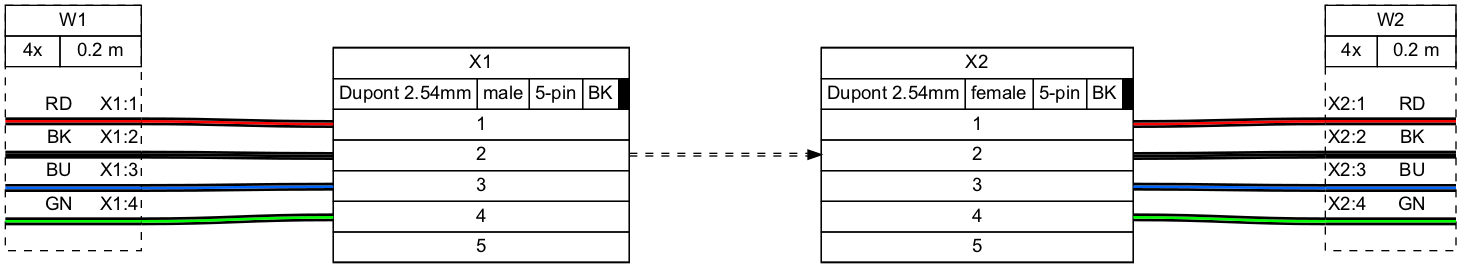
The Graphviz diagram examples/ex12.png in tobiasfalk/WireViz, before a commit. Its source is kept beside it as examples/ex12.gv.
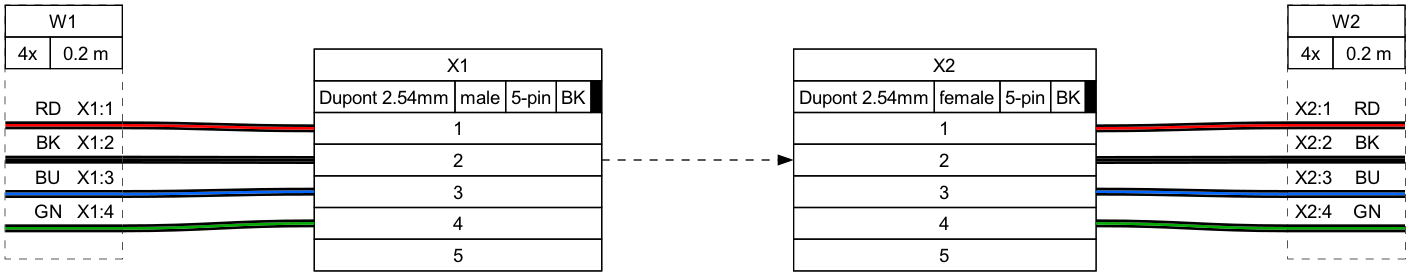
The same file after the commit.

Change to the diagram source:
```diff
@@ -3,265 +3,379 @@
 	node [fillcolor="#FFFFFF" fontname=arial height=0 margin=0 shape=none style=filled width=0]
 	edge [fontname=arial style=bold]
 	X1 [label=<
-<table border="0" cellspacing="0" cellpadding="0">
- <tr><td>
-  <table border="0" cellspacing="0" cellpadding="3" cellborder="1"><tr>
-   <td balign="left">X1</td>
-  </tr></table>
- </td></tr>
- <tr><td>
-  <table border="0" cellspacing="0" cellpadding="3" cellborder="1"><tr>
-   <td balign="left">Dupont 2.54mm</td>
-   <td balign="left">male</td>
-   <td balign="left">5-pin</td>
-   <td balign="left">BK</td>
-   <td balign="left" bgcolor="#000000" width="4"></td>
-  </tr></table>
- </td></tr>
- <tr><td>
-  <table border="0" cellspacing="0" cellpadding="3" cellborder="1">
-   <tr>
-    <td port="p1l">1</td>
-   </tr>
-   <tr>
-    <td port="p2l">2</td>
-   </tr>
-   <tr>
-    <td port="p3l">3</td>
-   </tr>
-   <tr>
-    <td port="p4l">4</td>
-   </tr>
-   <tr>
-    <td port="p5l">5</td>
-   </tr>
-  </table>
- </td></tr>
+<table border="0" cellspacing="0" cellpadding="0" bgcolor="#FFFFFF">
+ <tr>
+  <td>
+   <table border="0" cellborder="1" cellpadding="3" cellspacing="0">
+    <tr>
+     <td>X1</td>
+    </tr>
+   </table>
+  </td>
+ </tr>
+ <tr>
+  <td>
+   <table border="0" cellborder="1" cellpadding="3" cellspacing="0">
+    <tr>
+     <td>Dupont 2.54mm</td>
+     <td>male</td>
+     <td>5-pin</td>
+     <td>BK</td>
+     <td bgcolor="#000000" sides="TBLR"></td>
+    </tr>
+   </table>
+  </td>
+ </tr>
+ <tr>
+  <td>
+   <table border="0" cellborder="1" cellpadding="3" cellspacing="0">
+    <tr>
+     <td port="p1l">1</td>
+
+    </tr>
+    <tr>
+     <td port="p2l">2</td>
+
+    </tr>
+    <tr>
+     <td port="p3l">3</td>
+
+    </tr>
+    <tr>
+     <td port="p4l">4</td>
+
+    </tr>
+    <tr>
+     <td port="p5l">5</td>
+
+    </tr>
+   </table>
+  </td>
+ </tr>
 </table>
-> fillcolor="#FFFFFF" shape=box style=filled]
+> shape=box style=filled]
 	X2 [label=<
-<table border="0" cellspacing="0" cellpadding="0">
- <tr><td>
-  <table border="0" cellspacing="0" cellpadding="3" cellborder="1"><tr>
-   <td balign="left">X2</td>
-  </tr></table>
- </td></tr>
- <tr><td>
-  <table border="0" cellspacing="0" cellpadding="3" cellborder="1"><tr>
-   <td balign="left">Dupont 2.54mm</td>
-   <td balign="left">female</td>
-   <td balign="left">5-pin</td>
-   <td balign="left">BK</td>
-   <td balign="left" bgcolor="#000000" width="4"></td>
-  </tr></table>
- </td></tr>
- <tr><td>
-  <table border="0" cellspacing="0" cellpadding="3" cellborder="1">
-   <tr>
-    <td port="p1r">1</td>
-   </tr>
-   <tr>
-    <td port="p2r">2</td>
-   </tr>
-   <tr>
-    <td port="p3r">3</td>
-   </tr>
-   <tr>
-    <td port="p4r">4</td>
-   </tr>
-   <tr>
-    <td port="p5r">5</td>
-   </tr>
-  </table>
- </td></tr>
+<table border="0" cellspacing="0" cellpadding="0" bgcolor="#FFFFFF">
+ <tr>
+  <td>
+   <table border="0" cellborder="1" cellpadding="3" cellspacing="0">
+    <tr>
+     <td>X2</td>
+    </tr>
+   </table>
+  </td>
+ </tr>
+ <tr>
+  <td>
+   <table border="0" cellborder="1" cellpadding="3" cellspacing="0">
+    <tr>
+     <td>Dupont 2.54mm</td>
+     <td>female</td>
+     <td>5-pin</td>
+     <td>BK</td>
+     <td bgcolor="#000000" sides="TBLR"></td>
+    </tr>
+   </table>
+  </td>
+ </tr>
+ <tr>
+  <td>
+   <table border="0" cellborder="1" cellpadding="3" cellspacing="0">
+    <tr>
+
+     <td port="p1r">1</td>
+    </tr>
+    <tr>
+
+     <td port="p2r">2</td>
+    </tr>
+    <tr>
+
+     <td port="p3r">3</td>
+    </tr>
+    <tr>
+
+     <td port="p4r">4</td>
+    </tr>
+    <tr>
+
+     <td port="p5r">5</td>
+    </tr>
+   </table>
+  </td>
+ </tr>
 </table>
-> fillcolor="#FFFFFF" shape=box style=filled]
-	edge [color="#000000:#ff0000:#000000"]
+> shape=box style=filled]
+	W1 [label=<
+<table border="0" cellspacing="0" cellpadding="0" bgcolor="#FFFFFF">
+ <tr>
+  <td>
+   <table border="0" cellborder="1" cellpadding="3" cellspacing="0">
+    <tr>
+     <td>W1</td>
+    </tr>
+   </table>
+  </td>
+ </tr>
+ <tr>
+  <td>
+   <table border="0" cellborder="1" cellpadding="3" cellspacing="0">
+    <tr>
+     <td>4x</td>
+     <td>0.2 m</td>
+    </tr>
+   </table>
+  </td>
+ </tr>
+ <tr>
+  <td>
+   <table border="0" cellborder="0" cellspacing="0">
+    <tr>
+     <td>&nbsp;</td>
+    </tr>
+    <tr>
+     <td align="left"> </td>
+     <td> </td>
+     <td></td>
+     <td>RD</td>
+     <td> </td>
+     <td align="right">X1:1 </td>
+    </tr>
+    <tr>
+     <td border="0" cellspacing="0" cellpadding="0" colspan="6" height="6" port="w1">
+      <table border="0" cellborder="0" cellspacing="0">
+       <tr>
+        <td bgcolor="#000000" border="0" cellpadding="0" colspan="6" height="2"></td>
+       </tr>
+       <tr>
+        <td bgcolor="#FF0000" border="0" cellpadding="0" colspan="6" height="2"></td>
+       </tr>
+       <tr>
+        <td bgcolor="#000000" border="0" cellpadding="0" colspan="6" height="2"></td>
+       </tr>
+      </table>
+     </td>
+    </tr>
+    <tr>
+     <td align="left"> </td>
+     <td> </td>
+     <td></td>
+     <td>BK</td>
+     <td> </td>
+     <td align="right">X1:2 </td>
+    </tr>
+    <tr>
+     <td border="0" cellspacing="0" cellpadding="0" colspan="6" height="6" port="w2">
+      <table border="0" cellborder="0" cellspacing="0">
+       <tr>
+        <td bgcolor="#000000" border="0" cellpadding="0" colspan="6" height="2"></td>
+       </tr>
+       <tr>
+        <td bgcolor="#000000" border="0" cellpadding="0" colspan="6" height="2"></td>
+       </tr>
+       <tr>
+        <td bgcolor="#000000" border="0" cellpadding="0" colspan="6" height="2"></td>
+       </tr>
+      </table>
+     </td>
+    </tr>
+    <tr>
+     <td align="left"> </td>
+     <td> </td>
+     <td></td>
+     <td>BU</td>
+     <td> </td>
+     <td align="right">X1:3 </td>
+    </tr>
+    <tr>
+     <td border="0" cellspacing="0" cellpadding="0" colspan="6" height="6" port="w3">
+      <table border="0" cellborder="0" cellspacing="0">
+       <tr>
+        <td bgcolor="#000000" border="0" cellpadding="0" colspan="6" height="2"></td>
+       </tr>
+       <tr>
+        <td bgcolor="#0066FF" border="0" cellpadding="0" colspan="6" height="2"></td>
+       </tr>
+       <tr>
+        <td bgcolor="#000000" border="0" cellpadding="0" colspan="6" height="2"></td>
+       </tr>
+      </table>
+     </td>
+    </tr>
+    <tr>
+     <td align="left"> </td>
+     <td> </td>
+     <td></td>
+     <td>GN</td>
+     <td> </td>
+     <td align="right">X1:4 </td>
+    </tr>
+    <tr>
+     <td border="0" cellspacing="0" cellpadding="0" colspan="6" height="6" port="w4">
+      <table border="0" cellborder="0" cellspacing="0">
+       <tr>
+        <td bgcolor="#000000" border="0" cellpadding="0" colspan="6" height="2"></td>
+       </tr>
+       <tr>
+        <td bgcolor="#00AA00" border="0" cellpadding="0" colspan="6" height="2"></td>
+       </tr>
+       <tr>
+        <td bgcolor="#000000" border="0" cellpadding="0" colspan="6" height="2"></td>
+       </tr>
+      </table>
+     </td>
+    </tr>
+    <tr>
+     <td>&nbsp;</td>
+    </tr>
+   </table>
+  </td>
+ </tr>
+</table>
+> shape=box style="filled,dashed"]
+	edge [color="#000000:#FF0000:#000000"]
 	W1:w1:e -- X1:p1l:w
 	edge [color="#000000:#000000:#000000"]
 	W1:w2:e -- X1:p2l:w
-	edge [color="#000000:#0066ff:#000000"]
+	edge [color="#000000:#0066FF:#000000"]
 	W1:w3:e -- X1:p3l:w
-	edge [color="#000000:#00ff00:#000000"]
+	edge [color="#000000:#00AA00:#000000"]
 	W1:w4:e -- X1:p4l:w
-	W1 [label=<
-<table border="0" cellspacing="0" cellpadding="0">
- <tr><td>
-  <table border="0" cellspacing="0" cellpadding="3" cellborder="1"><tr>
-   <td balign="left">W1</td>
-  </tr></table>
- </td></tr>
- <tr><td>
-  <table border="0" cellspacing="0" cellpadding="3" cellborder="1"><tr>
-   <td balign="left">4x</td>
-   <td balign="left">0.2 m</td>
-  </tr></table>
- </td></tr>
- <tr><td>
-  <table border="0" cellspacing="0" cellborder="0">
-   <tr><td>&nbsp;</td></tr>
-   <tr>
-    <td><!-- 1_in --></td>
-    <td>
-     RD
-    </td>
-    <td>X1:1</td>
-   </tr>
-   <tr>
-    <td colspan="3" border="0" cellspacing="0" cellpadding="0" port="w1" height="6">
-     <table cellspacing="0" cellborder="0" border="0">
-      <tr><td colspan="3" cellpadding="0" height="2" bgcolor="#000000" border="0"></td></tr>
-      <tr><td colspan="3" cellpadding="0" height="2" bgcolor="#ff0000" border="0"></td></tr>
-      <tr><td colspan="3" cellpadding="0" height="2" bgcolor="#000000" border="0"></td></tr>
-     </table>
-    </td>
-   </tr>
-   <tr>
-    <td><!-- 2_in --></td>
-    <td>
-     BK
-    </td>
-    <td>X1:2</td>
-   </tr>
-   <tr>
-    <td colspan="3" border="0" cellspacing="0" cellpadding="0" port="w2" height="6">
-     <table cellspacing="0" cellborder="0" border="0">
-      <tr><td colspan="3" cellpadding="0" height="2" bgcolor="#000000" border="0"></td></tr>
-      <tr><td colspan="3" cellpadding="0" height="2" bgcolor="#000000" border="0"></td></tr>
-      <tr><td colspan="3" cellpadding="0" height="2" bgcolor="#000000" border="0"></td></tr>
-     </table>
-    </td>
-   </tr>
-   <tr>
-    <td><!-- 3_in --></td>
-    <td>
-     BU
-    </td>
-    <td>X1:3</td>
-   </tr>
-   <tr>
-    <td colspan="3" border="0" cellspacing="0" cellpadding="0" port="w3" height="6">
-     <table cellspacing="0" cellborder="0" border="0">
-      <tr><td colspan="3" cellpadding="0" height="2" bgcolor="#000000" border="0"></td></tr>
-      <tr><td colspan="3" cellpadding="0" height="2" bgcolor="#0066ff" border="0"></td></tr>
-      <tr><td colspan="3" cellpadding="0" height="2" bgcolor="#000000" border="0"></td></tr>
-     </table>
-    </td>
-   </tr>
-   <tr>
-    <td><!-- 4_in --></td>
-    <td>
-     GN
-    </td>
-    <td>X1:4</td>
-   </tr>
-   <tr>
-    <td colspan="3" border="0" cellspacing="0" cellpadding="0" port="w4" height="6">
-     <table cellspacing="0" cellborder="0" border="0">
-      <tr><td colspan="3" cellpadding="0" height="2" bgcolor="#000000" border="0"></td></tr>
-      <tr><td colspan="3" cellpadding="0" height="2" bgcolor="#00ff00" border="0"></td></tr>
-      <tr><td colspan="3" cellpadding="0" height="2" bgcolor="#000000" border="0"></td></tr>
-     </table>
-    </td>
-   </tr>
-   <tr><td>&nbsp;</td></tr>
-  </table>
- </td></tr>
+	W2 [label=<
+<table border="0" cellspacing="0" cellpadding="0" bgcolor="#FFFFFF">
+ <tr>
+  <td>
+   <table border="0" cellborder="1" cellpadding="3" cellspacing="0">
+    <tr>
+     <td>W2</td>
+    </tr>
+   </table>
+  </td>
+ </tr>
+ <tr>
+  <td>
+   <table border="0" cellborder="1" cellpadding="3" cellspacing="0">
+    <tr>
+     <td>4x</td>
+     <td>0.2 m</td>
+    </tr>
+   </table>
+  </td>
+ </tr>
+ <tr>
+  <td>
+   <table border="0" cellborder="0" cellspacing="0">
+    <tr>
+     <td>&nbsp;</td>
+    </tr>
+    <tr>
+     <td align="left"> X2:1</td>
+     <td> </td>
+     <td></td>
+     <td>RD</td>
+     <td> </td>
+     <td align="right"> </td>
+    </tr>
+    <tr>
+     <td border="0" cellspacing="0" cellpadding="0" colspan="6" height="6" port="w1">
+      <table border="0" cellborder="0" cellspacing="0">
+       <tr>
+        <td bgcolor="#000000" border="0" cellpadding="0" colspan="6" height="2"></td>
+       </tr>
+       <tr>
+        <td bgcolor="#FF0000" border="0" cellpadding="0" colspan="6" height="2"></td>
+       </tr>
+       <tr>
+        <td bgcolor="#000000" border="0" cellpadding="0" colspan="6" height="2"></td>
+       </tr>
+      </table>
+     </td>
+    </tr>
+    <tr>
+     <td align="left"> X2:2</td>
+     <td> </td>
+     <td></td>
+     <td>BK</td>
+     <td> </td>
+     <td align="right"> </td>
+    </tr>
+    <tr>
+     <td border="0" cellspacing="0" cellpadding="0" colspan="6" height="6" port="w2">
+      <table border="0" cellborder="0" cellspacing="0">
+       <tr>
+        <td bgcolor="#000000" border="0" cellpadding="0" colspan="6" height="2"></td>
+       </tr>
+       <tr>
+        <td bgcolor="#000000" border="0" cellpadding="0" colspan="6" height="2"></td>
+       </tr>
+       <tr>
+        <td bgcolor="#000000" border="0" cellpadding="0" colspan="6" height="2"></td>
+       </tr>
+      </table>
+     </td>
+    </tr>
+    <tr>
+     <td align="left"> X2:3</td>
+     <td> </td>
+     <td></td>
+     <td>BU</td>
+     <td> </td>
+     <td align="right"> </td>
+    </tr>
+    <tr>
+     <td border="0" cellspacing="0" cellpadding="0" colspan="6" height="6" port="w3">
+      <table border="0" cellborder="0" cellspacing="0">
+       <tr>
+        <td bgcolor="#000000" border="0" cellpadding="0" colspan="6" height="2"></td>
+       </tr>
+       <tr>
+        <td bgcolor="#0066FF" border="0" cellpadding="0" colspan="6" height="2"></td>
+       </tr>
+       <tr>
+        <td bgcolor="#000000" border="0" cellpadding="0" colspan="6" height="2"></td>
+       </tr>
+      </table>
+     </td>
+    </tr>
+    <tr>
+     <td align="left"> X2:4</td>
+     <td> </td>
+     <td></td>
+     <td>GN</td>
+     <td> </td>
+     <td align="right"> </td>
+    </tr>
+    <tr>
+     <td border="0" cellspacing="0" cellpadding="0" colspan="6" height="6" port="w4">
+      <table border="0" cellborder="0" cellspacing="0">
+       <tr>
+        <td bgcolor="#000000" border="0" cellpadding="0" colspan="6" height="2"></td>
+       </tr>
+       <tr>
+        <td bgcolor="#00AA00" border="0" cellpadding="0" colspan="6" height="2"></td>
+       </tr>
+       <tr>
+        <td bgcolor="#000000" border="0" cellpadding="0" colspan="6" height="2"></td>
+       </tr>
+      </table>
+     </td>
+    </tr>
+    <tr>
+     <td>&nbsp;</td>
+    </tr>
+   </table>
+  </td>
+ </tr>
 </table>
-> fillcolor="#FFFFFF" shape=box style="filled,dashed"]
-	edge [color="#000000:#ff0000:#000000"]
+> shape=box style="filled,dashed"]
+	edge [color="#000000:#FF0000:#000000"]
 	X2:p1r:e -- W2:w1:w
 	edge [color="#000000:#000000:#000000"]
 	X2:p2r:e -- W2:w2:w
-	edge [color="#000000:#0066ff:#000000"]
+	edge [color="#000000:#0066FF:#000000"]
 	X2:p3r:e -- W2:w3:w
-	edge [color="#000000:#00ff00:#000000"]
+	edge [color="#000000:#00AA00:#000000"]
 	X2:p4r:e -- W2:w4:w
-	W2 [label=<
-<table border="0" cellspacing="0" cellpadding="0">
- <tr><td>
-  <table border="0" cellspacing="0" cellpadding="3" cellborder="1"><tr>
-   <td balign="left">W2</td>
-  </tr></table>
- </td></tr>
- <tr><td>
-  <table border="0" cellspacing="0" cellpadding="3" cellborder="1"><tr>
-   <td balign="left">4x</td>
-   <td balign="left">0.2 m</td>
-  </tr></table>
- </td></tr>
- <tr><td>
-  <table border="0" cellspacing="0" cellborder="0">
-   <tr><td>&nbsp;</td></tr>
-   <tr>
-    <td>X2:1</td>
-    <td>
-     RD
-    </td>
-    <td><!-- 1_out --></td>
-   </tr>
-   <tr>
-    <td colspan="3" border="0" cellspacing="0" cellpadding="0" port="w1" height="6">
-     <table cellspacing="0" cellborder="0" border="0">
-      <tr><td colspan="3" cellpadding="0" height="2" bgcolor="#000000" border="0"></td></tr>
-      <tr><td colspan="3" cellpadding="0" height="2" bgcolor="#ff0000" border="0"></td></tr>
-      <tr><td colspan="3" cellpadding="0" height="2" bgcolor="#000000" border="0"></td></tr>
-     </table>
-    </td>
-   </tr>
-   <tr>
-    <td>X2:2</td>
-    <td>
-     BK
-    </td>
-    <td><!-- 2_out --></td>
-   </tr>
-   <tr>
-    <td colspan="3" border="0" cellspacing="0" cellpadding="0" port="w2" height="6">
-     <table cellspacing="0" cellborder="0" border="0">
-      <tr><td colspan="3" cellpadding="0" height="2" bgcolor="#000000" border="0"></td></tr>
-      <tr><td colspan="3" cellpadding="0" height="2" bgcolor="#000000" border="0"></td></tr>
-      <tr><td colspan="3" cellpadding="0" height="2" bgcolor="#000000" border="0"></td></tr>
-     </table>
-    </td>
-   </tr>
-   <tr>
-    <td>X2:3</td>
-    <td>
-     BU
-    </td>
-    <td><!-- 3_out --></td>
-   </tr>
-   <tr>
-    <td colspan="3" border="0" cellspacing="0" cellpadding="0" port="w3" height="6">
-     <table cellspacing="0" cellborder="0" border="0">
-      <tr><td colspan="3" cellpadding="0" height="2" bgcolor="#000000" border="0"></td></tr>
-      <tr><td colspan="3" cellpadding="0" height="2" bgcolor="#0066ff" border="0"></td></tr>
-      <tr><td colspan="3" cellpadding="0" height="2" bgcolor="#000000" border="0"></td></tr>
-     </table>
-    </td>
-   </tr>
-   <tr>
-    <td>X2:4</td>
-    <td>
-     GN
-    </td>
-    <td><!-- 4_out --></td>
-   </tr>
-   <tr>
-    <td colspan="3" border="0" cellspacing="0" cellpadding="0" port="w4" height="6">
-     <table cellspacing="0" cellborder="0" border="0">
-      <tr><td colspan="3" cellpadding="0" height="2" bgcolor="#000000" border="0"></td></tr>
-      <tr><td colspan="3" cellpadding="0" height="2" bgcolor="#00ff00" border="0"></td></tr>
-      <tr><td colspan="3" cellpadding="0" height="2" bgcolor="#000000" border="0"></td></tr>
-     </table>
-    </td>
-   </tr>
-   <tr><td>&nbsp;</td></tr>
-  </table>
- </td></tr>
-</table>
-> fillcolor="#FFFFFF" shape=box style="filled,dashed"]
-	edge [color="#000000:#000000" dir=forward style=dashed]
+	edge [color="#000000" dir=forward style=dashed]
 	X1:e -- X2:w
 }
```
